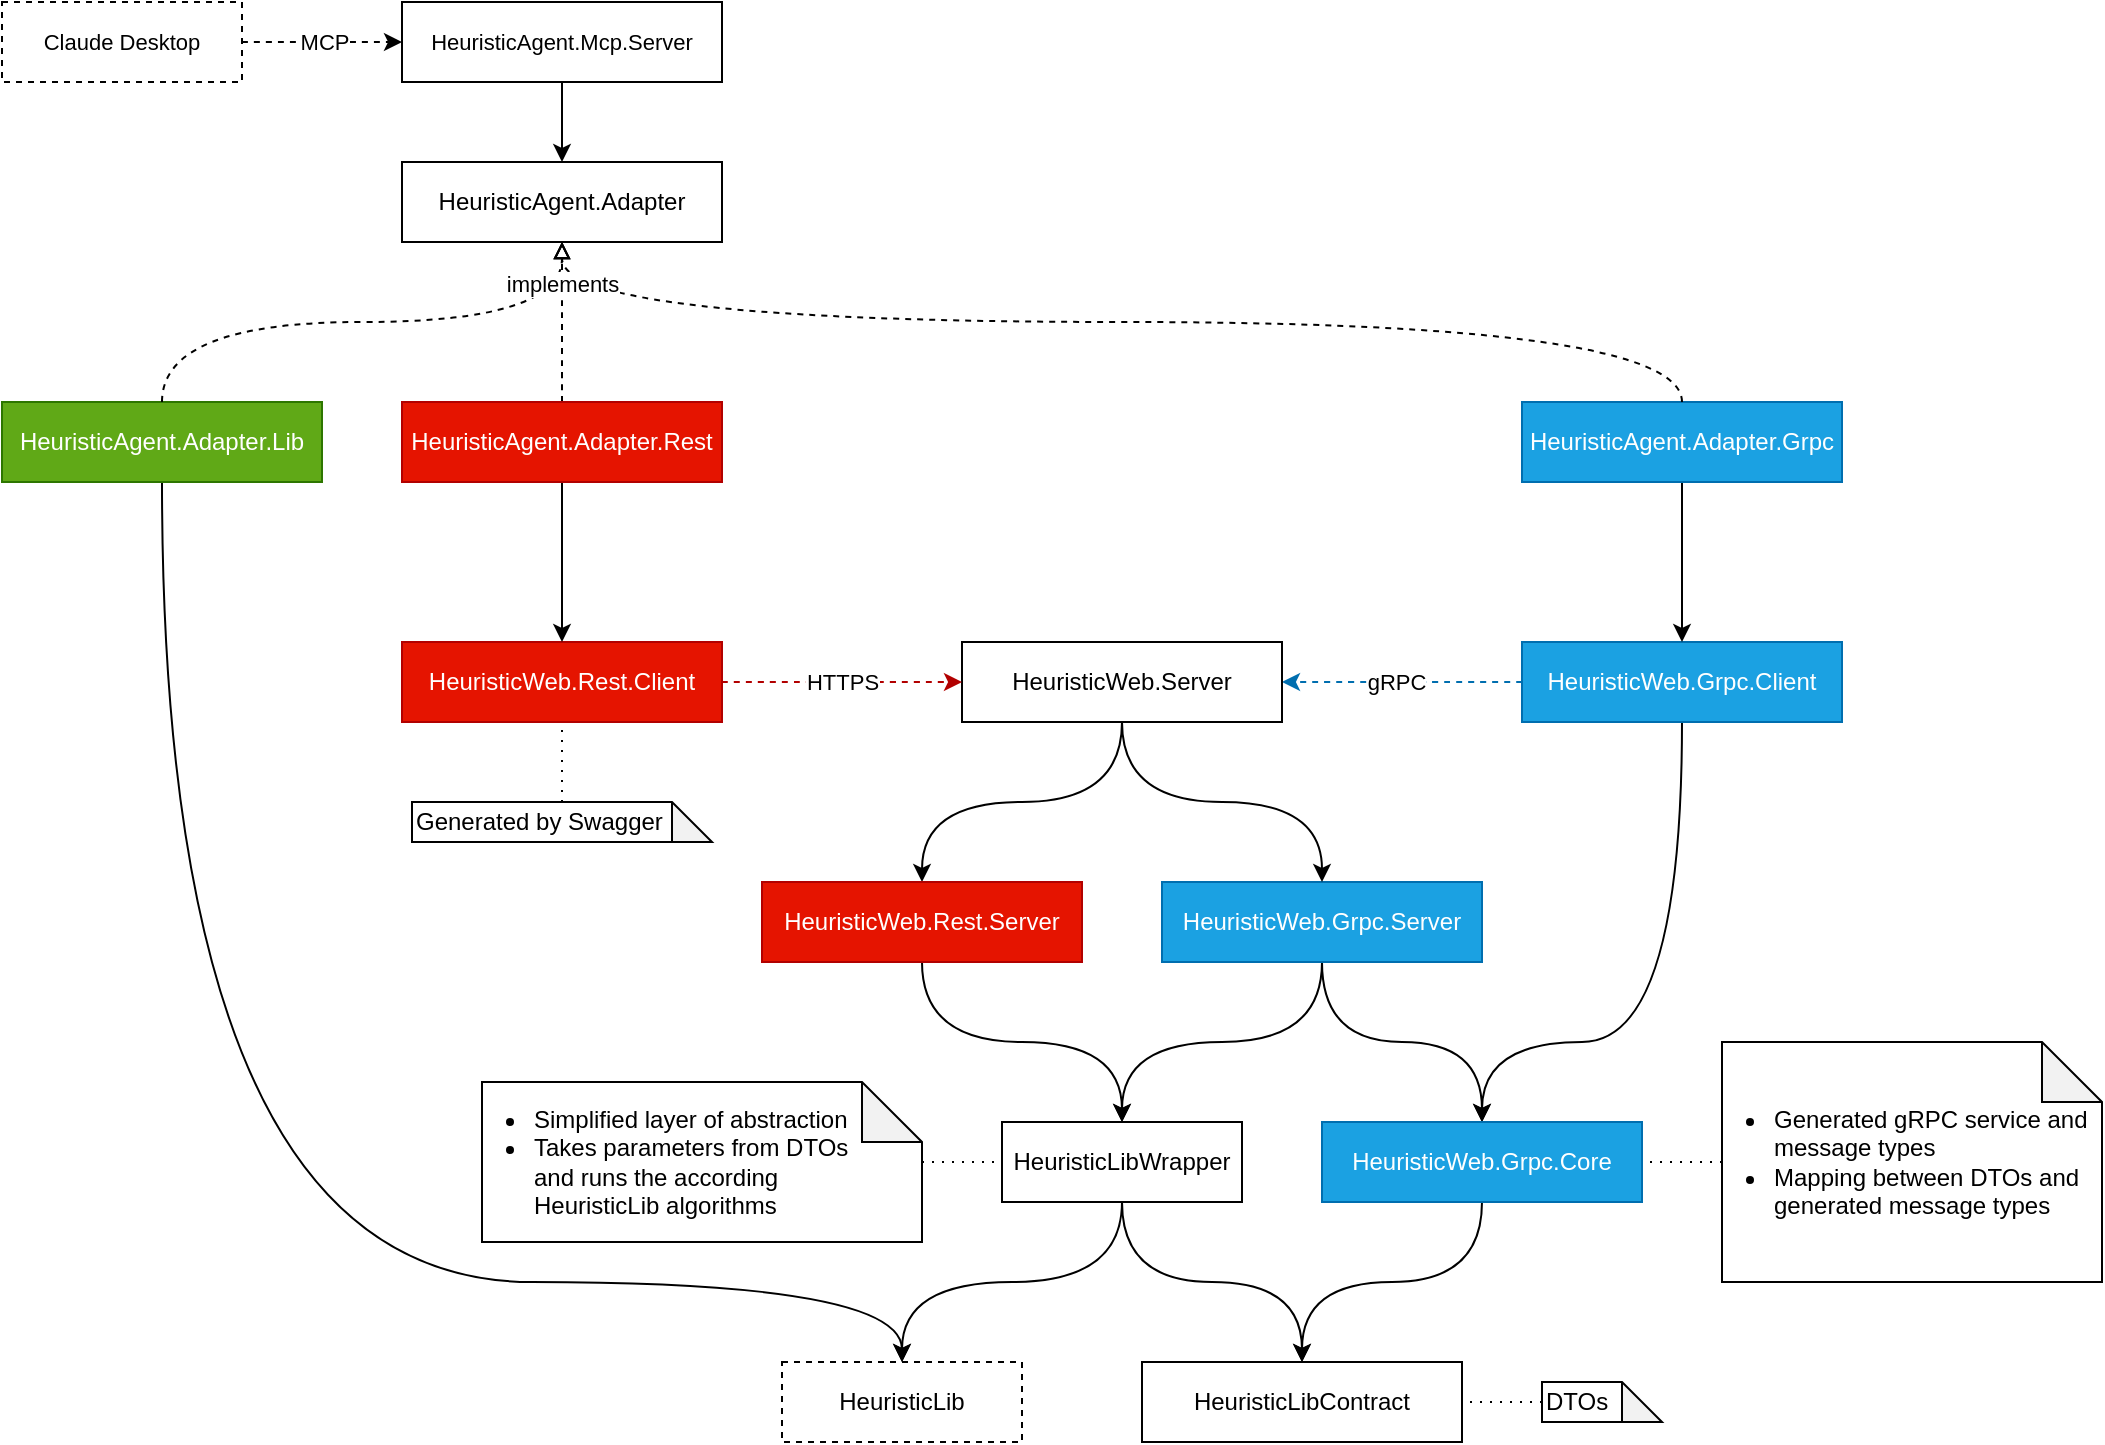
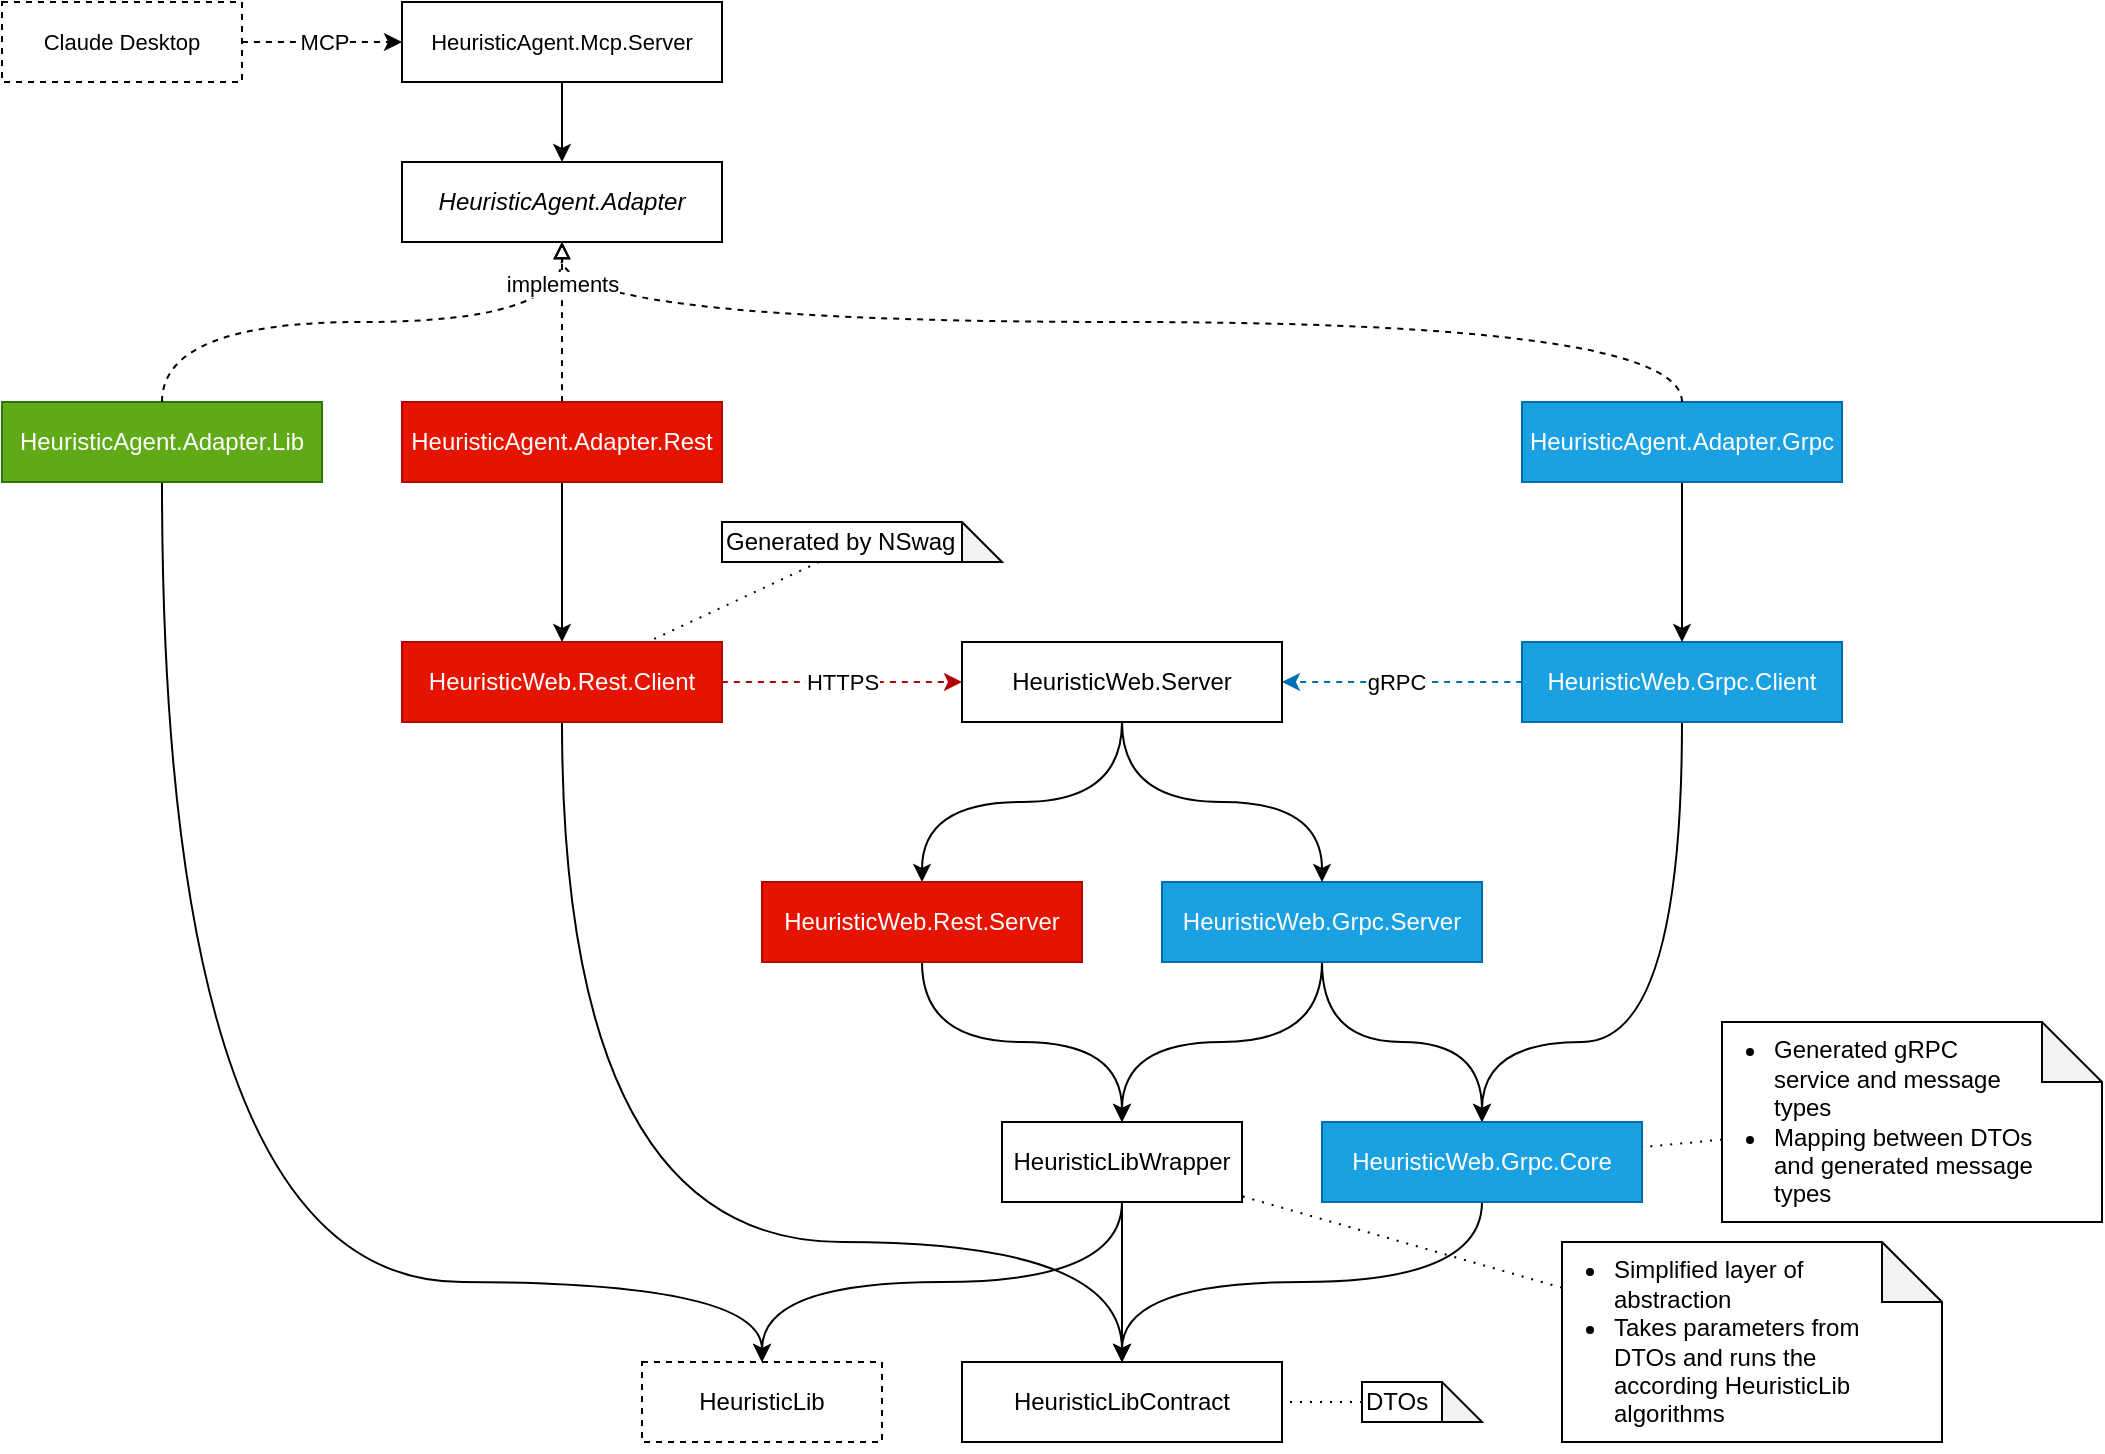
<mxfile host="Electron" agent="Mozilla/5.0 (Windows NT 10.0; Win64; x64) AppleWebKit/537.36 (KHTML, like Gecko) draw.io/29.6.6 Chrome/144.0.7559.236 Electron/40.8.4 Safari/537.36" version="29.6.6">
  <diagram name="Page-1" id="JLSE3i9ljjVaqQMjvNYt">
-     <mxGraphModel dx="1727" dy="1016" grid="1" gridSize="10" guides="1" tooltips="1" connect="1" arrows="1" fold="1" page="1" pageScale="1" pageWidth="827" pageHeight="1169" math="0" shadow="0">
+     <mxGraphModel dx="1351" dy="795" grid="1" gridSize="10" guides="1" tooltips="1" connect="1" arrows="1" fold="1" page="1" pageScale="1" pageWidth="827" pageHeight="1169" math="0" shadow="0">
      <root>
        <mxCell id="0" />
        <mxCell id="1" parent="0" />
        <mxCell id="U6VQVOgnXjNktFXU_cLZ-6" edge="1" parent="1" source="nvZTl8ImIJQlS8uFXL_u-32" style="edgeStyle=orthogonalEdgeStyle;rounded=0;orthogonalLoop=1;jettySize=auto;html=1;curved=1;exitX=0.5;exitY=1;exitDx=0;exitDy=0;entryX=0.5;entryY=0;entryDx=0;entryDy=0;" target="nvZTl8ImIJQlS8uFXL_u-36">
          <mxGeometry relative="1" as="geometry" />
        </mxCell>
        <mxCell id="U6VQVOgnXjNktFXU_cLZ-65" edge="1" parent="1" source="nvZTl8ImIJQlS8uFXL_u-32" style="edgeStyle=orthogonalEdgeStyle;shape=connector;curved=1;rounded=0;orthogonalLoop=1;jettySize=auto;html=1;exitX=0.5;exitY=1;exitDx=0;exitDy=0;entryX=0.5;entryY=0;entryDx=0;entryDy=0;strokeColor=default;align=center;verticalAlign=middle;fontFamily=Helvetica;fontSize=11;fontColor=default;labelBackgroundColor=default;endArrow=classic;" target="nvZTl8ImIJQlS8uFXL_u-33">
          <mxGeometry relative="1" as="geometry" />
        </mxCell>
        <mxCell id="nvZTl8ImIJQlS8uFXL_u-32" parent="1" style="rounded=0;whiteSpace=wrap;html=1;fillColor=default;" value="HeuristicLibWrapper" vertex="1">
          <mxGeometry height="40" width="120" x="540" y="600" as="geometry" />
        </mxCell>
        <mxCell id="nvZTl8ImIJQlS8uFXL_u-33" parent="1" style="rounded=0;whiteSpace=wrap;html=1;fillColor=default;dashed=1;" value="HeuristicLib" vertex="1">
-           <mxGeometry height="40" width="120" x="430" y="720" as="geometry" />
+           <mxGeometry height="40" width="120" x="360" y="720" as="geometry" />
        </mxCell>
        <mxCell id="nvZTl8ImIJQlS8uFXL_u-36" parent="1" style="rounded=0;whiteSpace=wrap;html=1;fillColor=default;" value="HeuristicLibContract" vertex="1">
-           <mxGeometry height="40" width="160" x="610" y="720" as="geometry" />
+           <mxGeometry height="40" width="160" x="520" y="720" as="geometry" />
        </mxCell>
        <mxCell id="U6VQVOgnXjNktFXU_cLZ-60" edge="1" parent="1" source="nvZTl8ImIJQlS8uFXL_u-40" style="edgeStyle=orthogonalEdgeStyle;shape=connector;curved=1;rounded=0;orthogonalLoop=1;jettySize=auto;html=1;dashed=1;strokeColor=#006EAF;align=center;verticalAlign=middle;fontFamily=Helvetica;fontSize=11;fontColor=default;labelBackgroundColor=default;endArrow=classic;endFill=1;fillColor=#1ba1e2;" target="U6VQVOgnXjNktFXU_cLZ-14">
          <mxGeometry relative="1" as="geometry" />
        </mxCell>
        <mxCell id="U6VQVOgnXjNktFXU_cLZ-61" connectable="0" parent="U6VQVOgnXjNktFXU_cLZ-60" style="edgeLabel;html=1;align=center;verticalAlign=middle;resizable=0;points=[];fontFamily=Helvetica;fontSize=11;fontColor=default;labelBackgroundColor=default;" value="gRPC" vertex="1">
          <mxGeometry relative="1" x="0.0071" as="geometry">
            <mxPoint x="-3" as="offset" />
          </mxGeometry>
        </mxCell>
        <mxCell id="U6VQVOgnXjNktFXU_cLZ-70" edge="1" parent="1" source="nvZTl8ImIJQlS8uFXL_u-40" style="edgeStyle=orthogonalEdgeStyle;shape=connector;curved=1;rounded=0;orthogonalLoop=1;jettySize=auto;html=1;exitX=0.5;exitY=1;exitDx=0;exitDy=0;entryX=0.5;entryY=0;entryDx=0;entryDy=0;strokeColor=default;align=center;verticalAlign=middle;fontFamily=Helvetica;fontSize=11;fontColor=default;labelBackgroundColor=default;endArrow=classic;" target="U6VQVOgnXjNktFXU_cLZ-2">
          <mxGeometry relative="1" as="geometry">
            <Array as="points">
              <mxPoint x="880" y="560" />
              <mxPoint x="780" y="560" />
            </Array>
          </mxGeometry>
        </mxCell>
        <mxCell id="nvZTl8ImIJQlS8uFXL_u-40" parent="1" style="rounded=0;whiteSpace=wrap;html=1;fillColor=#1ba1e2;fontColor=#ffffff;strokeColor=#006EAF;" value="HeuristicWeb.Grpc.Client" vertex="1">
          <mxGeometry height="40" width="160" x="800" y="360" as="geometry" />
        </mxCell>
        <mxCell id="U6VQVOgnXjNktFXU_cLZ-4" edge="1" parent="1" source="U6VQVOgnXjNktFXU_cLZ-1" style="edgeStyle=orthogonalEdgeStyle;rounded=0;orthogonalLoop=1;jettySize=auto;html=1;curved=1;entryX=0.5;entryY=0;entryDx=0;entryDy=0;exitX=0.5;exitY=1;exitDx=0;exitDy=0;" target="U6VQVOgnXjNktFXU_cLZ-2">
          <mxGeometry relative="1" as="geometry" />
        </mxCell>
        <mxCell id="U6VQVOgnXjNktFXU_cLZ-13" edge="1" parent="1" source="U6VQVOgnXjNktFXU_cLZ-1" style="edgeStyle=orthogonalEdgeStyle;rounded=0;orthogonalLoop=1;jettySize=auto;html=1;curved=1;exitX=0.5;exitY=1;exitDx=0;exitDy=0;entryX=0.5;entryY=0;entryDx=0;entryDy=0;" target="nvZTl8ImIJQlS8uFXL_u-32">
          <mxGeometry relative="1" as="geometry" />
        </mxCell>
        <mxCell id="U6VQVOgnXjNktFXU_cLZ-1" parent="1" style="rounded=0;whiteSpace=wrap;html=1;fillColor=#1ba1e2;fontColor=#ffffff;strokeColor=#006EAF;" value="HeuristicWeb.Grpc.Server" vertex="1">
          <mxGeometry height="40" width="160" x="620" y="480" as="geometry" />
        </mxCell>
        <mxCell id="U6VQVOgnXjNktFXU_cLZ-3" edge="1" parent="1" source="U6VQVOgnXjNktFXU_cLZ-2" style="edgeStyle=orthogonalEdgeStyle;rounded=0;orthogonalLoop=1;jettySize=auto;html=1;curved=1;exitX=0.5;exitY=1;exitDx=0;exitDy=0;entryX=0.5;entryY=0;entryDx=0;entryDy=0;" target="nvZTl8ImIJQlS8uFXL_u-36">
          <mxGeometry relative="1" as="geometry" />
        </mxCell>
        <mxCell id="U6VQVOgnXjNktFXU_cLZ-2" parent="1" style="rounded=0;whiteSpace=wrap;html=1;fillColor=#1ba1e2;fontColor=#ffffff;strokeColor=#006EAF;" value="HeuristicWeb.Grpc.Core" vertex="1">
          <mxGeometry height="40" width="160" x="700" y="600" as="geometry" />
        </mxCell>
-         <mxCell id="U6VQVOgnXjNktFXU_cLZ-8" edge="1" parent="1" source="U6VQVOgnXjNktFXU_cLZ-7" style="edgeStyle=orthogonalEdgeStyle;rounded=0;orthogonalLoop=1;jettySize=auto;html=1;endArrow=none;endFill=0;dashed=1;dashPattern=1 4;" target="U6VQVOgnXjNktFXU_cLZ-2">
+         <mxCell id="U6VQVOgnXjNktFXU_cLZ-8" edge="1" parent="1" source="U6VQVOgnXjNktFXU_cLZ-7" style="rounded=0;orthogonalLoop=1;jettySize=auto;html=1;endArrow=none;endFill=0;dashed=1;dashPattern=1 4;" target="U6VQVOgnXjNktFXU_cLZ-2">
          <mxGeometry relative="1" as="geometry" />
        </mxCell>
-         <mxCell id="U6VQVOgnXjNktFXU_cLZ-7" parent="1" style="shape=note;whiteSpace=wrap;html=1;backgroundOutline=1;darkOpacity=0.05;align=left;spacingLeft=-16;" value="&lt;ul&gt;&lt;li&gt;Generated gRPC service and message types&lt;/li&gt;&lt;li&gt;Mapping between DTOs and generated message types&lt;/li&gt;&lt;/ul&gt;" vertex="1">
-           <mxGeometry height="120" width="190" x="900" y="560" as="geometry" />
+         <mxCell id="U6VQVOgnXjNktFXU_cLZ-7" parent="1" style="shape=note;whiteSpace=wrap;html=1;backgroundOutline=1;darkOpacity=0.05;align=left;spacingLeft=-16;spacingRight=32;" value="&lt;ul&gt;&lt;li&gt;Generated gRPC service and message types&lt;/li&gt;&lt;li&gt;Mapping between DTOs and generated message types&lt;/li&gt;&lt;/ul&gt;" vertex="1">
+           <mxGeometry height="100" width="190" x="900" y="550" as="geometry" />
        </mxCell>
-         <mxCell id="U6VQVOgnXjNktFXU_cLZ-10" edge="1" parent="1" source="U6VQVOgnXjNktFXU_cLZ-9" style="edgeStyle=orthogonalEdgeStyle;rounded=0;orthogonalLoop=1;jettySize=auto;html=1;endArrow=none;endFill=0;dashed=1;dashPattern=1 4;" target="nvZTl8ImIJQlS8uFXL_u-36">
+         <mxCell id="U6VQVOgnXjNktFXU_cLZ-10" edge="1" parent="1" source="U6VQVOgnXjNktFXU_cLZ-9" style="rounded=0;orthogonalLoop=1;jettySize=auto;html=1;endArrow=none;endFill=0;dashed=1;dashPattern=1 4;" target="nvZTl8ImIJQlS8uFXL_u-36">
          <mxGeometry relative="1" as="geometry" />
        </mxCell>
        <mxCell id="U6VQVOgnXjNktFXU_cLZ-9" parent="1" style="shape=note;whiteSpace=wrap;html=1;backgroundOutline=1;darkOpacity=0.05;align=left;" value="DTOs" vertex="1">
-           <mxGeometry height="20" width="60" x="810" y="730" as="geometry" />
+           <mxGeometry height="20" width="60" x="720" y="730" as="geometry" />
        </mxCell>
-         <mxCell id="U6VQVOgnXjNktFXU_cLZ-12" edge="1" parent="1" source="U6VQVOgnXjNktFXU_cLZ-11" style="edgeStyle=orthogonalEdgeStyle;rounded=0;orthogonalLoop=1;jettySize=auto;html=1;dashed=1;endArrow=none;endFill=0;dashPattern=1 4;" target="nvZTl8ImIJQlS8uFXL_u-32">
+         <mxCell id="U6VQVOgnXjNktFXU_cLZ-12" edge="1" parent="1" source="U6VQVOgnXjNktFXU_cLZ-11" style="rounded=0;orthogonalLoop=1;jettySize=auto;html=1;dashed=1;endArrow=none;endFill=0;dashPattern=1 4;" target="nvZTl8ImIJQlS8uFXL_u-32">
          <mxGeometry relative="1" as="geometry" />
        </mxCell>
-         <mxCell id="U6VQVOgnXjNktFXU_cLZ-11" parent="1" style="shape=note;whiteSpace=wrap;html=1;backgroundOutline=1;darkOpacity=0.05;align=left;spacingRight=24;spacingLeft=-16;" value="&lt;ul&gt;&lt;li&gt;Simplified layer of abstraction&lt;/li&gt;&lt;li&gt;Takes parameters from DTOs and runs the according HeuristicLib algorithms&lt;/li&gt;&lt;/ul&gt;" vertex="1">
-           <mxGeometry height="80" width="220" x="280" y="580" as="geometry" />
+         <mxCell id="U6VQVOgnXjNktFXU_cLZ-11" parent="1" style="shape=note;whiteSpace=wrap;html=1;backgroundOutline=1;darkOpacity=0.05;align=left;spacingRight=32;spacingLeft=-16;" value="&lt;ul&gt;&lt;li&gt;Simplified layer of abstraction&lt;/li&gt;&lt;li&gt;Takes parameters from DTOs and runs the according HeuristicLib algorithms&lt;/li&gt;&lt;/ul&gt;" vertex="1">
+           <mxGeometry height="100" width="190" x="820" y="660" as="geometry" />
        </mxCell>
        <mxCell id="U6VQVOgnXjNktFXU_cLZ-17" edge="1" parent="1" source="U6VQVOgnXjNktFXU_cLZ-14" style="edgeStyle=orthogonalEdgeStyle;shape=connector;curved=1;rounded=0;orthogonalLoop=1;jettySize=auto;html=1;strokeColor=default;align=center;verticalAlign=middle;fontFamily=Helvetica;fontSize=11;fontColor=default;labelBackgroundColor=default;endArrow=classic;exitX=0.5;exitY=1;exitDx=0;exitDy=0;entryX=0.5;entryY=0;entryDx=0;entryDy=0;" target="U6VQVOgnXjNktFXU_cLZ-15">
          <mxGeometry relative="1" as="geometry" />
        </mxCell>
        <mxCell id="U6VQVOgnXjNktFXU_cLZ-20" edge="1" parent="1" source="U6VQVOgnXjNktFXU_cLZ-14" style="edgeStyle=orthogonalEdgeStyle;shape=connector;curved=1;rounded=0;orthogonalLoop=1;jettySize=auto;html=1;exitX=0.5;exitY=1;exitDx=0;exitDy=0;entryX=0.5;entryY=0;entryDx=0;entryDy=0;strokeColor=default;align=center;verticalAlign=middle;fontFamily=Helvetica;fontSize=11;fontColor=default;labelBackgroundColor=default;endArrow=classic;" target="U6VQVOgnXjNktFXU_cLZ-1">
          <mxGeometry relative="1" as="geometry" />
        </mxCell>
        <mxCell id="U6VQVOgnXjNktFXU_cLZ-14" parent="1" style="rounded=0;whiteSpace=wrap;html=1;fillColor=default;" value="HeuristicWeb.Server" vertex="1">
          <mxGeometry height="40" width="160" x="520" y="360" as="geometry" />
        </mxCell>
        <mxCell id="U6VQVOgnXjNktFXU_cLZ-19" edge="1" parent="1" source="U6VQVOgnXjNktFXU_cLZ-15" style="edgeStyle=orthogonalEdgeStyle;shape=connector;curved=1;rounded=0;orthogonalLoop=1;jettySize=auto;html=1;exitX=0.5;exitY=1;exitDx=0;exitDy=0;entryX=0.5;entryY=0;entryDx=0;entryDy=0;strokeColor=default;align=center;verticalAlign=middle;fontFamily=Helvetica;fontSize=11;fontColor=default;labelBackgroundColor=default;endArrow=classic;" target="nvZTl8ImIJQlS8uFXL_u-32">
          <mxGeometry relative="1" as="geometry" />
        </mxCell>
        <mxCell id="U6VQVOgnXjNktFXU_cLZ-15" parent="1" style="rounded=0;whiteSpace=wrap;html=1;fillColor=#e51400;strokeColor=#B20000;fontColor=#ffffff;" value="HeuristicWeb.Rest.Server" vertex="1">
          <mxGeometry height="40" width="160" x="420" y="480" as="geometry" />
        </mxCell>
        <mxCell id="U6VQVOgnXjNktFXU_cLZ-58" edge="1" parent="1" source="U6VQVOgnXjNktFXU_cLZ-21" style="edgeStyle=orthogonalEdgeStyle;shape=connector;curved=1;rounded=0;orthogonalLoop=1;jettySize=auto;html=1;dashed=1;strokeColor=#B20000;align=center;verticalAlign=middle;fontFamily=Helvetica;fontSize=11;fontColor=default;labelBackgroundColor=default;endArrow=classic;endFill=1;fillColor=#e51400;" target="U6VQVOgnXjNktFXU_cLZ-14">
          <mxGeometry relative="1" as="geometry" />
        </mxCell>
        <mxCell id="U6VQVOgnXjNktFXU_cLZ-62" connectable="0" parent="U6VQVOgnXjNktFXU_cLZ-58" style="edgeLabel;html=1;align=center;verticalAlign=middle;resizable=0;points=[];fontFamily=Helvetica;fontSize=11;fontColor=default;labelBackgroundColor=default;" value="HTTPS" vertex="1">
          <mxGeometry relative="1" x="-0.0016" y="1" as="geometry">
            <mxPoint y="1" as="offset" />
          </mxGeometry>
        </mxCell>
+         <mxCell id="vAhXJ6GuvrTu8xZBJLIe-7" edge="1" parent="1" source="U6VQVOgnXjNktFXU_cLZ-21" style="edgeStyle=orthogonalEdgeStyle;shape=connector;curved=1;rounded=0;orthogonalLoop=1;jettySize=auto;html=1;exitX=0.5;exitY=1;exitDx=0;exitDy=0;entryX=0.5;entryY=0;entryDx=0;entryDy=0;strokeColor=default;align=center;verticalAlign=middle;fontFamily=Helvetica;fontSize=11;fontColor=default;labelBackgroundColor=default;endArrow=classic;" target="nvZTl8ImIJQlS8uFXL_u-36">
+           <mxGeometry relative="1" as="geometry">
+             <Array as="points">
+               <mxPoint x="320" y="660" />
+               <mxPoint x="600" y="660" />
+             </Array>
+           </mxGeometry>
+         </mxCell>
        <mxCell id="U6VQVOgnXjNktFXU_cLZ-21" parent="1" style="rounded=0;whiteSpace=wrap;html=1;fillColor=#e51400;strokeColor=#B20000;fontColor=#ffffff;" value="HeuristicWeb.Rest.Client" vertex="1">
          <mxGeometry height="40" width="160" x="240" y="360" as="geometry" />
        </mxCell>
-         <mxCell id="U6VQVOgnXjNktFXU_cLZ-23" edge="1" parent="1" source="U6VQVOgnXjNktFXU_cLZ-22" style="edgeStyle=orthogonalEdgeStyle;shape=connector;rounded=0;orthogonalLoop=1;jettySize=auto;html=1;strokeColor=default;align=center;verticalAlign=middle;fontFamily=Helvetica;fontSize=11;fontColor=default;labelBackgroundColor=default;endArrow=none;endFill=0;dashed=1;dashPattern=1 4;" target="U6VQVOgnXjNktFXU_cLZ-21">
+         <mxCell id="U6VQVOgnXjNktFXU_cLZ-23" edge="1" parent="1" source="U6VQVOgnXjNktFXU_cLZ-22" style="shape=connector;rounded=0;orthogonalLoop=1;jettySize=auto;html=1;strokeColor=default;align=center;verticalAlign=middle;fontFamily=Helvetica;fontSize=11;fontColor=default;labelBackgroundColor=default;endArrow=none;endFill=0;dashed=1;dashPattern=1 4;" target="U6VQVOgnXjNktFXU_cLZ-21">
          <mxGeometry relative="1" as="geometry" />
        </mxCell>
-         <mxCell id="U6VQVOgnXjNktFXU_cLZ-22" parent="1" style="shape=note;whiteSpace=wrap;html=1;backgroundOutline=1;darkOpacity=0.05;align=left;" value="&lt;div&gt;Generated by Swagger&lt;/div&gt;" vertex="1">
-           <mxGeometry height="20" width="150" x="245" y="440" as="geometry" />
+         <mxCell id="U6VQVOgnXjNktFXU_cLZ-22" parent="1" style="shape=note;whiteSpace=wrap;html=1;backgroundOutline=1;darkOpacity=0.05;align=left;" value="&lt;div&gt;Generated by NSwag&lt;/div&gt;" vertex="1">
+           <mxGeometry height="20" width="140" x="400" y="300" as="geometry" />
        </mxCell>
        <mxCell id="U6VQVOgnXjNktFXU_cLZ-46" edge="1" parent="1" source="U6VQVOgnXjNktFXU_cLZ-24" style="edgeStyle=orthogonalEdgeStyle;shape=connector;curved=1;rounded=0;orthogonalLoop=1;jettySize=auto;html=1;exitX=0.5;exitY=1;exitDx=0;exitDy=0;entryX=0.5;entryY=0;entryDx=0;entryDy=0;strokeColor=default;align=center;verticalAlign=middle;fontFamily=Helvetica;fontSize=11;fontColor=default;labelBackgroundColor=default;endArrow=classic;" target="U6VQVOgnXjNktFXU_cLZ-27">
          <mxGeometry relative="1" as="geometry" />
        </mxCell>
        <mxCell id="U6VQVOgnXjNktFXU_cLZ-24" parent="1" style="rounded=0;whiteSpace=wrap;html=1;fontFamily=Helvetica;fontSize=11;fontColor=default;labelBackgroundColor=default;" value="HeuristicAgent.Mcp.Server" vertex="1">
          <mxGeometry height="40" width="160" x="240" y="40" as="geometry" />
        </mxCell>
-         <mxCell id="U6VQVOgnXjNktFXU_cLZ-27" parent="1" style="rounded=0;whiteSpace=wrap;html=1;fillColor=default;" value="HeuristicAgent.Adapter" vertex="1">
+         <mxCell id="U6VQVOgnXjNktFXU_cLZ-27" parent="1" style="rounded=0;whiteSpace=wrap;html=1;fillColor=default;" value="&lt;i&gt;HeuristicAgent.Adapter&lt;/i&gt;" vertex="1">
          <mxGeometry height="40" width="160" x="240" y="120" as="geometry" />
        </mxCell>
        <mxCell id="U6VQVOgnXjNktFXU_cLZ-36" edge="1" parent="1" source="U6VQVOgnXjNktFXU_cLZ-28" style="edgeStyle=orthogonalEdgeStyle;shape=connector;curved=1;rounded=0;orthogonalLoop=1;jettySize=auto;html=1;exitX=0.5;exitY=0;exitDx=0;exitDy=0;entryX=0.5;entryY=1;entryDx=0;entryDy=0;strokeColor=default;align=center;verticalAlign=middle;fontFamily=Helvetica;fontSize=11;fontColor=default;labelBackgroundColor=default;endArrow=block;endFill=0;dashed=1;" target="U6VQVOgnXjNktFXU_cLZ-27">
          <mxGeometry relative="1" as="geometry" />
        </mxCell>
        <mxCell id="U6VQVOgnXjNktFXU_cLZ-42" edge="1" parent="1" source="U6VQVOgnXjNktFXU_cLZ-28" style="edgeStyle=orthogonalEdgeStyle;shape=connector;curved=1;rounded=0;orthogonalLoop=1;jettySize=auto;html=1;exitX=0.5;exitY=1;exitDx=0;exitDy=0;entryX=0.5;entryY=0;entryDx=0;entryDy=0;strokeColor=default;align=center;verticalAlign=middle;fontFamily=Helvetica;fontSize=11;fontColor=default;labelBackgroundColor=default;endArrow=classic;" target="U6VQVOgnXjNktFXU_cLZ-21">
          <mxGeometry relative="1" as="geometry" />
        </mxCell>
        <mxCell id="U6VQVOgnXjNktFXU_cLZ-28" parent="1" style="rounded=0;whiteSpace=wrap;html=1;fillColor=#e51400;strokeColor=#B20000;fontColor=#ffffff;" value="HeuristicAgent.Adapter.Rest" vertex="1">
          <mxGeometry height="40" width="160" x="240" y="240" as="geometry" />
        </mxCell>
-         <mxCell id="U6VQVOgnXjNktFXU_cLZ-68" edge="1" parent="1" source="U6VQVOgnXjNktFXU_cLZ-29" style="edgeStyle=orthogonalEdgeStyle;shape=connector;curved=1;rounded=0;orthogonalLoop=1;jettySize=auto;html=1;exitX=0.5;exitY=1;exitDx=0;exitDy=0;entryX=0.5;entryY=0;entryDx=0;entryDy=0;strokeColor=default;align=center;verticalAlign=middle;fontFamily=Helvetica;fontSize=11;fontColor=default;labelBackgroundColor=default;endArrow=classic;" target="nvZTl8ImIJQlS8uFXL_u-33">
+         <mxCell id="vAhXJ6GuvrTu8xZBJLIe-5" edge="1" parent="1" source="U6VQVOgnXjNktFXU_cLZ-29" style="edgeStyle=orthogonalEdgeStyle;shape=connector;curved=1;rounded=0;orthogonalLoop=1;jettySize=auto;html=1;exitX=0.5;exitY=1;exitDx=0;exitDy=0;entryX=0.5;entryY=0;entryDx=0;entryDy=0;strokeColor=default;align=center;verticalAlign=middle;fontFamily=Helvetica;fontSize=11;fontColor=default;labelBackgroundColor=default;endArrow=classic;" target="nvZTl8ImIJQlS8uFXL_u-33">
          <mxGeometry relative="1" as="geometry">
            <Array as="points">
              <mxPoint x="120" y="680" />
-               <mxPoint x="490" y="680" />
+               <mxPoint x="420" y="680" />
            </Array>
          </mxGeometry>
        </mxCell>
        <mxCell id="U6VQVOgnXjNktFXU_cLZ-29" parent="1" style="rounded=0;whiteSpace=wrap;html=1;fillColor=#60a917;fontColor=#ffffff;strokeColor=#2D7600;" value="HeuristicAgent.Adapter.Lib" vertex="1">
          <mxGeometry height="40" width="160" x="40" y="240" as="geometry" />
        </mxCell>
        <mxCell id="U6VQVOgnXjNktFXU_cLZ-44" edge="1" parent="1" source="U6VQVOgnXjNktFXU_cLZ-30" style="edgeStyle=orthogonalEdgeStyle;shape=connector;curved=1;rounded=0;orthogonalLoop=1;jettySize=auto;html=1;exitX=0.5;exitY=1;exitDx=0;exitDy=0;entryX=0.5;entryY=0;entryDx=0;entryDy=0;strokeColor=default;align=center;verticalAlign=middle;fontFamily=Helvetica;fontSize=11;fontColor=default;labelBackgroundColor=default;endArrow=classic;" target="nvZTl8ImIJQlS8uFXL_u-40">
          <mxGeometry relative="1" as="geometry" />
        </mxCell>
        <mxCell id="U6VQVOgnXjNktFXU_cLZ-38" edge="1" parent="1" source="U6VQVOgnXjNktFXU_cLZ-29" style="edgeStyle=orthogonalEdgeStyle;shape=connector;curved=1;rounded=0;orthogonalLoop=1;jettySize=auto;html=1;exitX=0.5;exitY=0;exitDx=0;exitDy=0;entryX=0.5;entryY=1;entryDx=0;entryDy=0;strokeColor=default;align=center;verticalAlign=middle;fontFamily=Helvetica;fontSize=11;fontColor=default;labelBackgroundColor=default;endArrow=block;endFill=0;dashed=1;" target="U6VQVOgnXjNktFXU_cLZ-27">
          <mxGeometry relative="1" as="geometry">
            <mxPoint x="210" y="350" as="sourcePoint" />
            <mxPoint x="410" y="230" as="targetPoint" />
          </mxGeometry>
        </mxCell>
        <mxCell id="U6VQVOgnXjNktFXU_cLZ-30" parent="1" style="rounded=0;whiteSpace=wrap;html=1;fillColor=#1ba1e2;fontColor=#ffffff;strokeColor=#006EAF;" value="HeuristicAgent.Adapter.Grpc" vertex="1">
          <mxGeometry height="40" width="160" x="800" y="240" as="geometry" />
        </mxCell>
        <mxCell id="U6VQVOgnXjNktFXU_cLZ-40" edge="1" parent="1" source="U6VQVOgnXjNktFXU_cLZ-30" style="edgeStyle=orthogonalEdgeStyle;shape=connector;curved=1;rounded=0;orthogonalLoop=1;jettySize=auto;html=1;exitX=0.5;exitY=0;exitDx=0;exitDy=0;entryX=0.5;entryY=1;entryDx=0;entryDy=0;strokeColor=default;align=center;verticalAlign=middle;fontFamily=Helvetica;fontSize=11;fontColor=default;labelBackgroundColor=default;endArrow=block;endFill=0;dashed=1;" target="U6VQVOgnXjNktFXU_cLZ-27">
          <mxGeometry relative="1" as="geometry">
            <mxPoint x="270.03999999999996" y="350" as="sourcePoint" />
            <mxPoint x="470.03999999999996" y="230" as="targetPoint" />
          </mxGeometry>
        </mxCell>
        <mxCell id="U6VQVOgnXjNktFXU_cLZ-72" connectable="0" parent="U6VQVOgnXjNktFXU_cLZ-40" style="edgeLabel;html=1;align=center;verticalAlign=middle;resizable=0;points=[];fontFamily=Helvetica;fontSize=11;fontColor=default;labelBackgroundColor=default;" value="implements" vertex="1">
          <mxGeometry relative="1" x="0.9349" y="-14" as="geometry">
            <mxPoint x="-14" as="offset" />
          </mxGeometry>
        </mxCell>
        <mxCell id="U6VQVOgnXjNktFXU_cLZ-51" edge="1" parent="1" source="U6VQVOgnXjNktFXU_cLZ-47" style="edgeStyle=orthogonalEdgeStyle;shape=connector;curved=1;rounded=0;orthogonalLoop=1;jettySize=auto;html=1;strokeColor=default;align=center;verticalAlign=middle;fontFamily=Helvetica;fontSize=11;fontColor=default;labelBackgroundColor=default;endArrow=classic;endFill=1;dashed=1;" target="U6VQVOgnXjNktFXU_cLZ-24">
          <mxGeometry relative="1" as="geometry" />
        </mxCell>
        <mxCell id="U6VQVOgnXjNktFXU_cLZ-52" connectable="0" parent="U6VQVOgnXjNktFXU_cLZ-51" style="edgeLabel;html=1;align=center;verticalAlign=middle;resizable=0;points=[];fontFamily=Helvetica;fontSize=11;fontColor=default;labelBackgroundColor=default;" value="MCP" vertex="1">
          <mxGeometry relative="1" x="0.01" as="geometry">
            <mxPoint as="offset" />
          </mxGeometry>
        </mxCell>
        <mxCell id="U6VQVOgnXjNktFXU_cLZ-47" parent="1" style="rounded=0;whiteSpace=wrap;html=1;fontFamily=Helvetica;fontSize=11;fontColor=default;labelBackgroundColor=default;dashed=1;" value="Claude Desktop" vertex="1">
          <mxGeometry height="40" width="120" x="40" y="40" as="geometry" />
        </mxCell>
      </root>
    </mxGraphModel>
  </diagram>
</mxfile>
